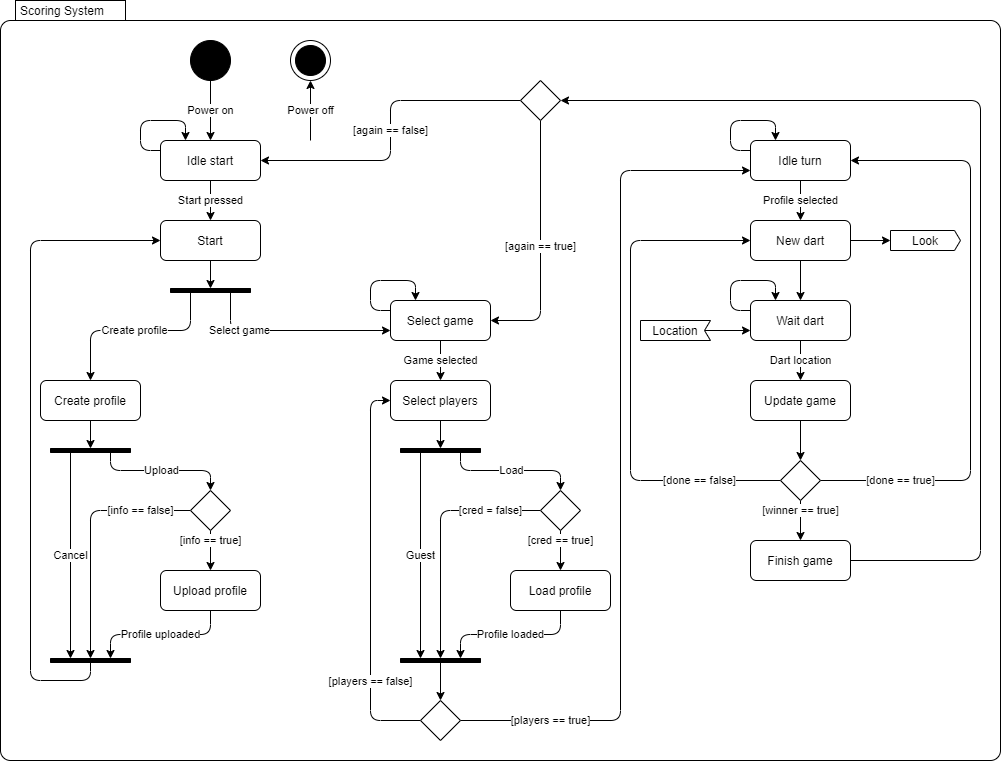
This is scoring/documentation/Scoring_System_State_Diagram.png from kparlak/dart-scoring-system, a draw.io export, as it was before one commit. Source tidied: cells renumbered, new cells last; positions are measured from the earlier drawing's top-left corner, leaving out a move shared by most shapes.
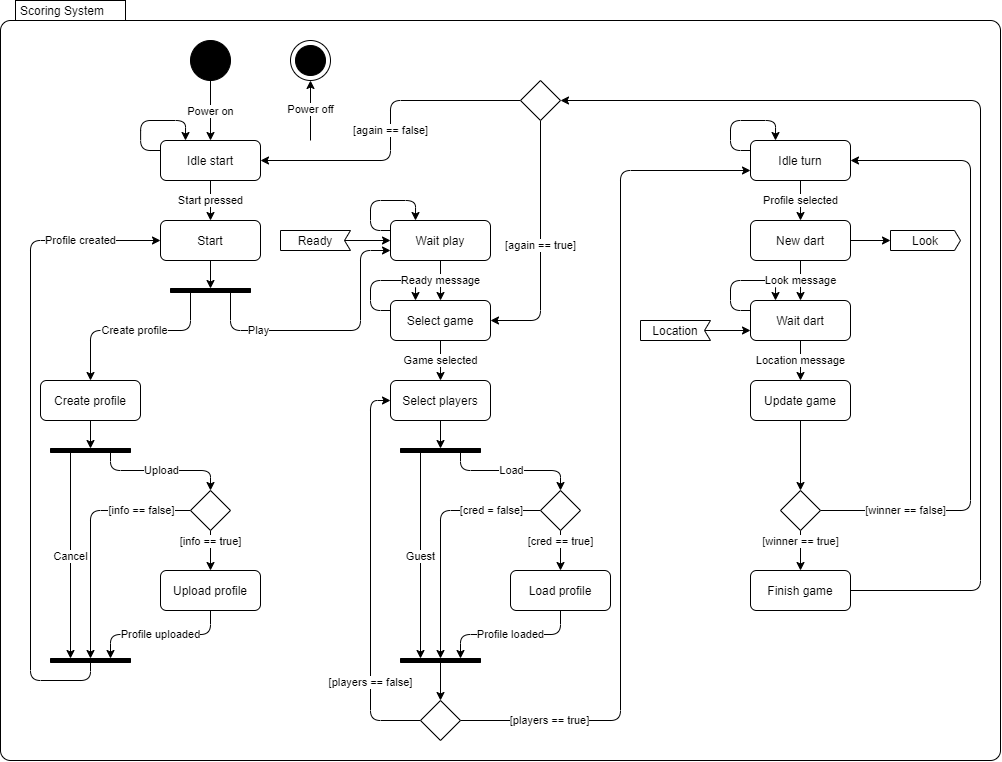
After the change.

Diff of the diagram source:
```diff
@@ -42,10 +42,12 @@
         </Array>
       </mxGeometry>
     </mxCell>
-    <mxCell id="11" value="Select game" style="edgeStyle=orthogonalEdgeStyle;rounded=1;jettySize=auto;html=1;exitX=1;exitY=0.25;exitDx=0;exitDy=0;entryX=0;entryY=0.75;entryDx=0;entryDy=0;" parent="1" edge="1" source="12" target="28">
+    <mxCell id="11" value="Play" style="edgeStyle=orthogonalEdgeStyle;rounded=1;jettySize=auto;html=1;exitX=1;exitY=0.25;exitDx=0;exitDy=0;entryX=0;entryY=0.75;entryDx=0;entryDy=0;" parent="1" edge="1" source="12" target="70">
       <mxGeometry x="-0.53" relative="1" as="geometry">
         <Array as="points">
           <mxPoint x="230" y="330" />
+          <mxPoint x="360" y="330" />
+          <mxPoint x="360" y="250" />
         </Array>
       </mxGeometry>
     </mxCell>
@@ -93,8 +95,8 @@
     <mxCell id="24" value="Upload profile" style="shape=rect;rounded=1;html=1;whiteSpace=wrap;align=center;" parent="1" vertex="1">
       <mxGeometry x="160" y="570" width="100" height="40" as="geometry" />
     </mxCell>
-    <mxCell id="25" style="edgeStyle=orthogonalEdgeStyle;rounded=1;jettySize=auto;html=1;exitX=1;exitY=0.5;exitDx=0;exitDy=0;entryX=0;entryY=0.5;entryDx=0;entryDy=0;" parent="1" edge="1" source="26" target="19">
-      <mxGeometry relative="1" as="geometry">
+    <mxCell id="25" value="Profile created" style="edgeStyle=orthogonalEdgeStyle;rounded=1;jettySize=auto;html=1;exitX=1;exitY=0.5;exitDx=0;exitDy=0;entryX=0;entryY=0.5;entryDx=0;entryDy=0;" parent="1" edge="1" source="26" target="19">
+      <mxGeometry x="0.75" relative="1" as="geometry">
         <Array as="points">
           <mxPoint x="90" y="680" />
           <mxPoint x="30" y="680" />
@@ -140,16 +142,13 @@
     <mxCell id="36" style="edgeStyle=orthogonalEdgeStyle;rounded=1;jettySize=auto;html=1;exitX=1;exitY=0.5;exitDx=0;exitDy=0;entryX=0;entryY=0.5;entryDx=0;entryDy=0;entryPerimeter=0;" parent="1" edge="1" source="38" target="39">
       <mxGeometry relative="1" as="geometry" />
     </mxCell>
-    <mxCell id="37" style="edgeStyle=orthogonalEdgeStyle;rounded=1;jettySize=auto;html=1;exitX=0.5;exitY=1;exitDx=0;exitDy=0;entryX=0.5;entryY=0;entryDx=0;entryDy=0;" parent="1" edge="1" source="38" target="41">
-      <mxGeometry relative="1" as="geometry" />
-    </mxCell>
     <mxCell id="38" value="New dart" style="shape=rect;rounded=1;html=1;whiteSpace=wrap;align=center;" parent="1" vertex="1">
       <mxGeometry x="750" y="220" width="100" height="40" as="geometry" />
     </mxCell>
     <mxCell id="39" value="Look" style="shape=mxgraph.sysml.sendSigAct;whiteSpace=wrap;align=center;" parent="1" vertex="1">
       <mxGeometry x="890" y="230" width="70" height="20" as="geometry" />
     </mxCell>
-    <mxCell id="40" value="Dart location" style="edgeStyle=orthogonalEdgeStyle;rounded=1;jettySize=auto;html=1;exitX=0.5;exitY=1;exitDx=0;exitDy=0;entryX=0.5;entryY=0;entryDx=0;entryDy=0;" parent="1" edge="1" source="41" target="43">
+    <mxCell id="40" value="Location message" style="edgeStyle=orthogonalEdgeStyle;rounded=1;jettySize=auto;html=1;exitX=0.5;exitY=1;exitDx=0;exitDy=0;entryX=0.5;entryY=0;entryDx=0;entryDy=0;" parent="1" edge="1" source="41" target="43">
       <mxGeometry relative="1" as="geometry" />
     </mxCell>
     <mxCell id="41" value="Wait dart" style="shape=rect;rounded=1;html=1;whiteSpace=wrap;align=center;" parent="1" vertex="1">
@@ -170,35 +169,27 @@
     <mxCell id="46" value="[winner == true]" style="edgeStyle=orthogonalEdgeStyle;rounded=1;jettySize=auto;html=1;exitX=0.5;exitY=1;exitDx=0;exitDy=0;entryX=0.5;entryY=0;entryDx=0;entryDy=0;" parent="1" edge="1" source="49" target="51">
       <mxGeometry x="-0.5" relative="1" as="geometry" />
     </mxCell>
-    <mxCell id="47" value="[done == false]" style="edgeStyle=orthogonalEdgeStyle;rounded=1;jettySize=auto;html=1;exitX=0;exitY=0.5;exitDx=0;exitDy=0;entryX=0;entryY=0.5;entryDx=0;entryDy=0;jumpStyle=arc;" parent="1" edge="1" source="49" target="38">
-      <mxGeometry x="-0.68" relative="1" as="geometry">
-        <Array as="points">
-          <mxPoint x="630" y="480" />
-          <mxPoint x="630" y="240" />
-        </Array>
-      </mxGeometry>
-    </mxCell>
-    <mxCell id="48" value="[done == true]" style="edgeStyle=orthogonalEdgeStyle;rounded=1;jumpStyle=arc;jettySize=auto;html=1;exitX=1;exitY=0.5;exitDx=0;exitDy=0;entryX=1;entryY=0.5;entryDx=0;entryDy=0;" parent="1" edge="1" source="49" target="35">
+    <mxCell id="48" value="[winner == false]" style="edgeStyle=orthogonalEdgeStyle;rounded=1;jumpStyle=arc;jettySize=auto;html=1;exitX=1;exitY=0.5;exitDx=0;exitDy=0;entryX=1;entryY=0.5;entryDx=0;entryDy=0;" parent="1" edge="1" source="49" target="35">
       <mxGeometry x="-0.73" relative="1" as="geometry">
         <Array as="points">
-          <mxPoint x="970" y="480" />
+          <mxPoint x="970" y="510" />
           <mxPoint x="970" y="160" />
         </Array>
       </mxGeometry>
     </mxCell>
     <mxCell id="49" style="shape=rhombus;html=1;labelPosition=right;align=left;verticalAlign=middle;" parent="1" vertex="1">
-      <mxGeometry x="780" y="460" width="40" height="40" as="geometry" />
+      <mxGeometry x="780" y="490" width="40" height="40" as="geometry" />
     </mxCell>
     <mxCell id="50" style="edgeStyle=orthogonalEdgeStyle;rounded=1;jettySize=auto;html=1;exitX=1;exitY=0.5;exitDx=0;exitDy=0;entryX=1;entryY=0.5;entryDx=0;entryDy=0;" parent="1" edge="1" source="51" target="68">
       <mxGeometry relative="1" as="geometry">
         <Array as="points">
-          <mxPoint x="980" y="560" />
+          <mxPoint x="980" y="590" />
           <mxPoint x="980" y="100" />
         </Array>
       </mxGeometry>
     </mxCell>
     <mxCell id="51" value="Finish game" style="shape=rect;rounded=1;html=1;whiteSpace=wrap;align=center;" parent="1" vertex="1">
-      <mxGeometry x="750" y="540" width="100" height="40" as="geometry" />
+      <mxGeometry x="750" y="570" width="100" height="40" as="geometry" />
     </mxCell>
     <mxCell id="52" style="edgeStyle=orthogonalEdgeStyle;rounded=1;jumpStyle=arc;orthogonalLoop=1;jettySize=auto;html=1;exitX=0;exitY=0.25;exitDx=0;exitDy=0;entryX=0.25;entryY=0;entryDx=0;entryDy=0;" parent="1" edge="1" source="35" target="35">
       <mxGeometry relative="1" as="geometry">
@@ -277,5 +268,29 @@
     <mxCell id="68" style="shape=rhombus;html=1;labelPosition=right;align=left;verticalAlign=middle;" parent="1" vertex="1">
       <mxGeometry x="520" y="80" width="40" height="40" as="geometry" />
     </mxCell>
+    <mxCell id="69" value="Ready message" style="edgeStyle=orthogonalEdgeStyle;rounded=1;jettySize=auto;html=1;exitX=0.5;exitY=1;exitDx=0;exitDy=0;entryX=0.5;entryY=0;entryDx=0;entryDy=0;" parent="1" edge="1" source="70" target="28">
+      <mxGeometry relative="1" as="geometry" />
+    </mxCell>
+    <mxCell id="70" value="Wait play" style="shape=rect;rounded=1;html=1;whiteSpace=wrap;align=center;" parent="1" vertex="1">
+      <mxGeometry x="390" y="220" width="100" height="40" as="geometry" />
+    </mxCell>
+    <mxCell id="71" style="edgeStyle=orthogonalEdgeStyle;rounded=1;orthogonalLoop=1;jettySize=auto;html=1;exitX=0;exitY=0.25;exitDx=0;exitDy=0;entryX=0.25;entryY=0;entryDx=0;entryDy=0;" parent="1" edge="1" source="70" target="70">
+      <mxGeometry relative="1" as="geometry">
+        <Array as="points">
+          <mxPoint x="370" y="230" />
+          <mxPoint x="370" y="200" />
+          <mxPoint x="415" y="200" />
+        </Array>
+      </mxGeometry>
+    </mxCell>
+    <mxCell id="72" value="Ready" style="shape=mxgraph.sysml.accEvent;flipH=1;whiteSpace=wrap;align=center;" parent="1" vertex="1">
+      <mxGeometry x="280" y="230" width="70" height="20" as="geometry" />
+    </mxCell>
+    <mxCell id="73" style="edgeStyle=orthogonalEdgeStyle;rounded=1;jettySize=auto;html=1;exitX=0;exitY=0.5;exitDx=6;exitDy=0;exitPerimeter=0;entryX=0;entryY=0.5;entryDx=0;entryDy=0;" parent="1" edge="1" source="72" target="70">
+      <mxGeometry relative="1" as="geometry" />
+    </mxCell>
+    <mxCell id="37" value="Look message" style="edgeStyle=orthogonalEdgeStyle;rounded=1;jettySize=auto;html=1;exitX=0.5;exitY=1;exitDx=0;exitDy=0;entryX=0.5;entryY=0;entryDx=0;entryDy=0;" parent="1" edge="1" source="38" target="41">
+      <mxGeometry relative="1" as="geometry" />
+    </mxCell>
   </root>
 </mxGraphModel>
```
